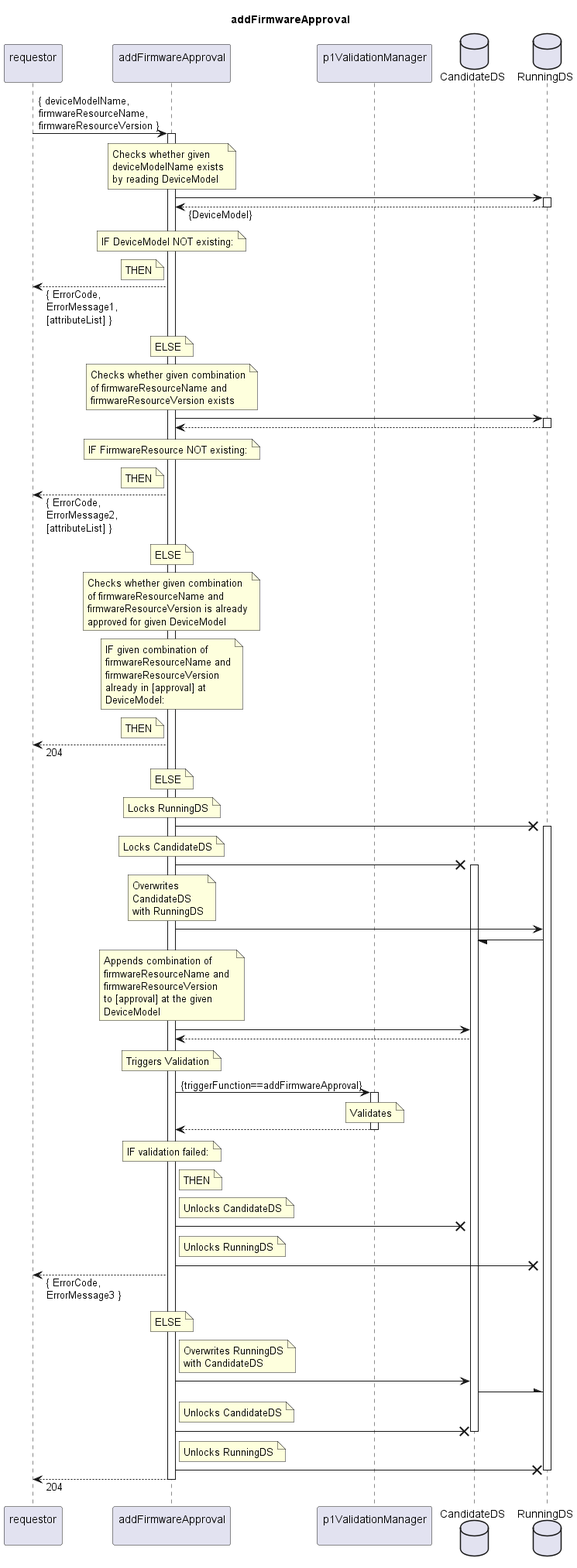
The PlantUML diagram spec/Services/addFirmwareApproval/1.0.0/addFirmwareApproval.png in openBackhaul/FirmWareManager, before a commit.
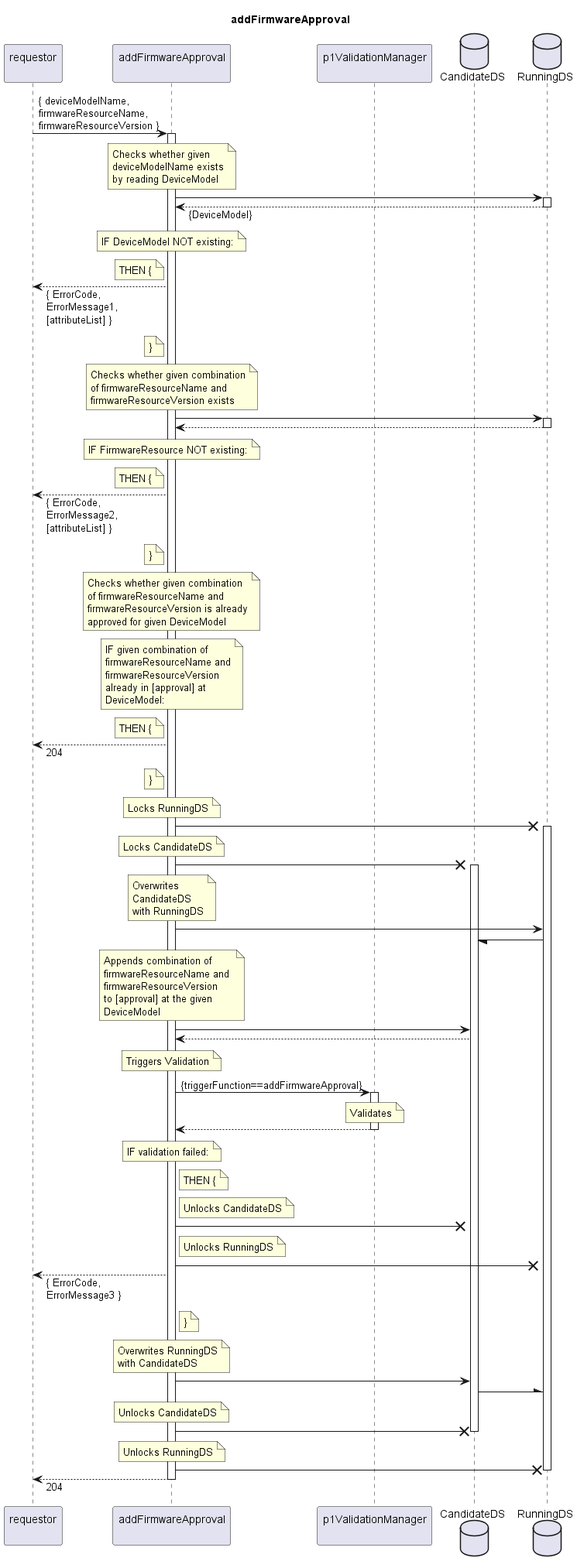
The same diagram one commit later.

The edit, as a diff of the source:
```diff
@@ -27,11 +27,11 @@
     IF DeviceModel NOT existing:
   end note
   note left indServ
-    THEN
+    THEN {
   end note
   requestor <-- indServ: { ErrorCode,\nErrorMessage1,\n[attributeList] }
-  note over indServ
-    ELSE
+  note left indServ
+    }
   end note
 
   note over indServ
@@ -47,11 +47,11 @@
     IF FirmwareResource NOT existing:
   end note
   note left indServ
-    THEN
+    THEN {
   end note
   requestor <-- indServ: { ErrorCode,\nErrorMessage2,\n[attributeList] }
-  note over indServ
-    ELSE
+  note left indServ
+    }
   end note
 
   note over indServ
@@ -68,11 +68,11 @@
     DeviceModel:
   end note
   note left indServ
-    THEN
+    THEN {
   end note
   requestor <-- indServ: 204
-  note over indServ
-    ELSE
+  note left indServ
+    }
   end note
 
   note over indServ
@@ -117,7 +117,7 @@
     IF validation failed:
   end note
   note right indServ
-    THEN
+    THEN {
   end note
   note right indServ
     Unlocks CandidateDS
@@ -128,22 +128,22 @@
   end note
   indServ -X RunDS
   requestor <-- indServ: { ErrorCode,\nErrorMessage3 }
-  note over indServ
-    ELSE
+  note right indServ
+    }
   end note
 
-  note right indServ
+  note over indServ
     Overwrites RunningDS
     with CandidateDS
   end note
   indServ -> CanDS
   CanDS -\ RunDS
-  note right indServ
+  note over indServ
     Unlocks CandidateDS
   end note
   indServ -X CanDS
   deactivate CanDS
-  note right indServ
+  note over indServ
     Unlocks RunningDS
   end note
   indServ -X RunDS
```
